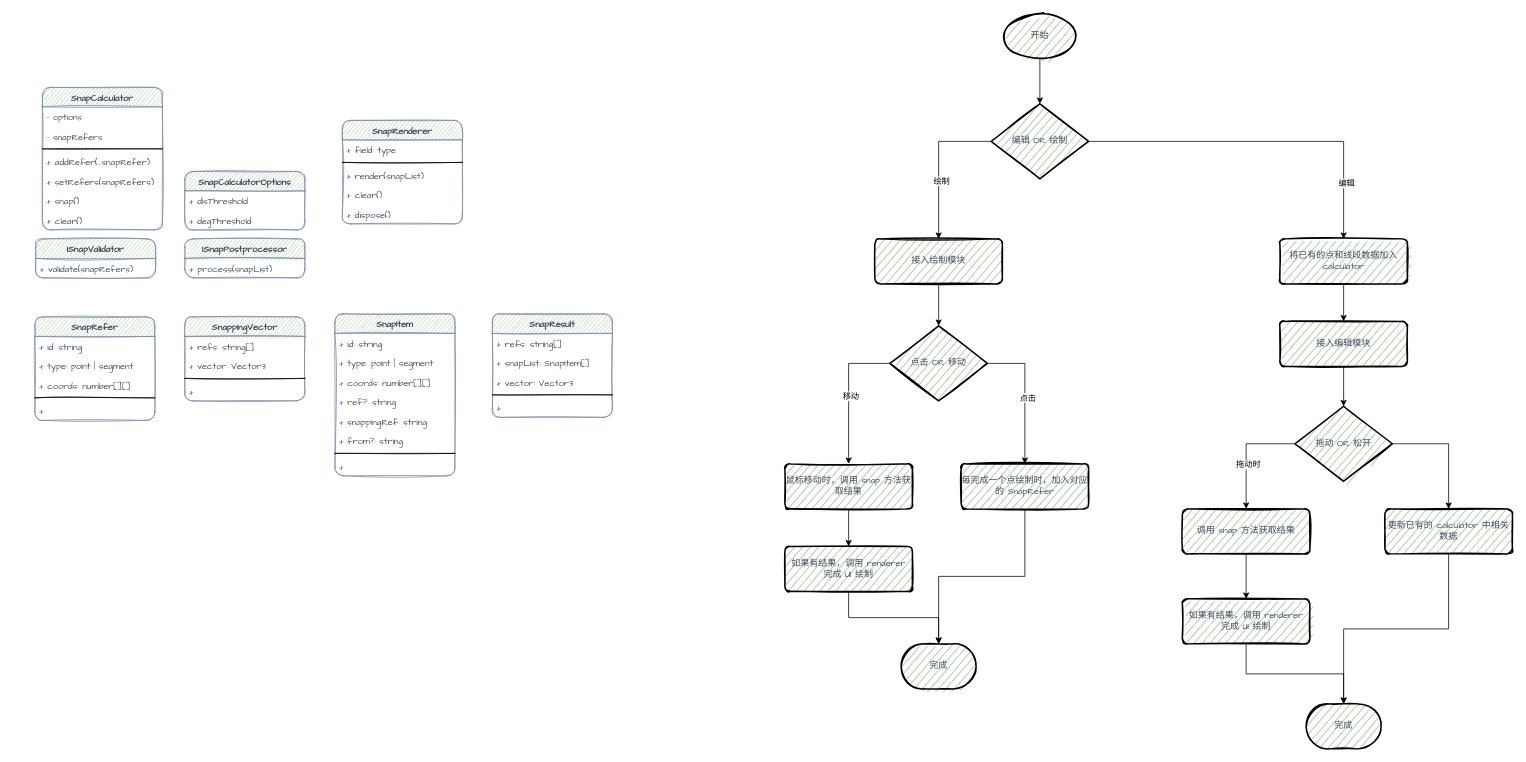
The draw.io diagram page "类图" (1 of 2) of snaper_design.drawio in liuxinqiong/drawio, before the edit. Source tidied: cells renumbered, new cells numbered last; positions are measured from the earlier drawing's top-left corner, leaving out a move shared by most shapes. Both pictures are drawn from the tidied source at 75%, with x=0, y=0 at pixel (34, 14).
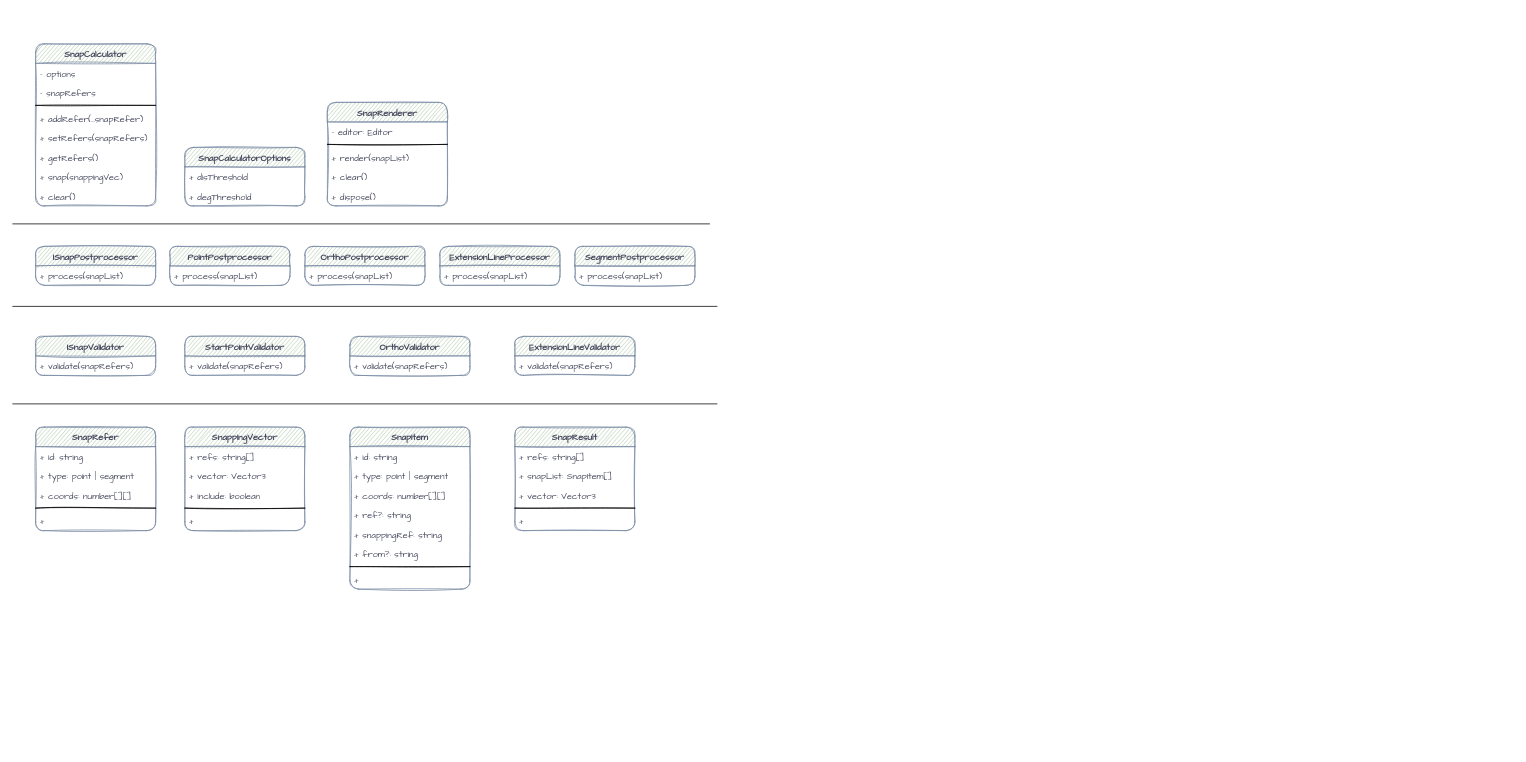
The same diagram, later.

The edit, as a diff of the source:
```diff
@@
     <mxCell id="2" value="SnapCalculator" style="swimlane;fontStyle=1;align=center;verticalAlign=top;horizontal=1;startSize=26;rounded=1;sketch=1;fontFamily=Comic Sans MS;fontColor=#46495D;strokeColor=#788AA3;fillColor=#B2C9AB;" parent="1" vertex="1">
-      <mxGeometry x="10" y="98" width="160" height="190" as="geometry" />
+      <mxGeometry x="1" y="40" width="160" height="216" as="geometry" />
     </mxCell>
@@
+    <mxCell id="85" value="+ getRefers()" style="text;strokeColor=none;fillColor=none;align=left;verticalAlign=top;spacingLeft=4;spacingRight=4;overflow=hidden;rounded=1;sketch=1;fontFamily=Comic Sans MS;fontColor=#46495D;" parent="2" vertex="1">
+      <mxGeometry y="138" width="160" height="26" as="geometry" />
+    </mxCell>
-    <mxCell id="8" value="+ snap()" style="text;strokeColor=none;fillColor=none;align=left;verticalAlign=top;spacingLeft=4;spacingRight=4;overflow=hidden;rounded=1;sketch=1;fontFamily=Comic Sans MS;fontColor=#46495D;" parent="2" vertex="1">
-      <mxGeometry y="138" width="160" height="26" as="geometry" />
+    <mxCell id="8" value="+ snap(snappingVec)" style="text;strokeColor=none;fillColor=none;align=left;verticalAlign=top;spacingLeft=4;spacingRight=4;overflow=hidden;rounded=1;sketch=1;fontFamily=Comic Sans MS;fontColor=#46495D;" parent="2" vertex="1">
+      <mxGeometry y="164" width="160" height="26" as="geometry" />
     </mxCell>
     <mxCell id="9" value="+ clear()" style="text;strokeColor=none;fillColor=none;align=left;verticalAlign=top;spacingLeft=4;spacingRight=4;overflow=hidden;rounded=1;sketch=1;fontFamily=Comic Sans MS;fontColor=#46495D;" parent="2" vertex="1">
-      <mxGeometry y="164" width="160" height="26" as="geometry" />
+      <mxGeometry y="190" width="160" height="26" as="geometry" />
     </mxCell>
     <mxCell id="10" value="SnapRenderer" style="swimlane;fontStyle=1;align=center;verticalAlign=top;horizontal=1;startSize=26;rounded=1;sketch=1;fontFamily=Comic Sans MS;fontColor=#46495D;strokeColor=#788AA3;fillColor=#B2C9AB;" parent="1" vertex="1">
-      <mxGeometry x="410" y="142" width="160" height="138" as="geometry" />
+      <mxGeometry x="390" y="118" width="160" height="138" as="geometry" />
     </mxCell>
-    <mxCell id="11" value="+ field: type" style="text;strokeColor=none;fillColor=none;align=left;verticalAlign=top;spacingLeft=4;spacingRight=4;overflow=hidden;rounded=1;sketch=1;fontFamily=Comic Sans MS;fontColor=#46495D;" parent="10" vertex="1">
+    <mxCell id="11" value="- editor: Editor" style="text;strokeColor=none;fillColor=none;align=left;verticalAlign=top;spacingLeft=4;spacingRight=4;overflow=hidden;rounded=1;sketch=1;fontFamily=Comic Sans MS;fontColor=#46495D;" parent="10" vertex="1">
       <mxGeometry y="26" width="160" height="26" as="geometry" />
     </mxCell>
@@
     <mxCell id="16" value="SnapRefer" style="swimlane;fontStyle=1;align=center;verticalAlign=top;horizontal=1;startSize=26;rounded=1;sketch=1;fontFamily=Comic Sans MS;fontColor=#46495D;strokeColor=#788AA3;fillColor=#B2C9AB;" parent="1" vertex="1">
-      <mxGeometry y="404" width="160" height="138" as="geometry" />
+      <mxGeometry x="1" y="551" width="160" height="138" as="geometry" />
     </mxCell>
@@
     <mxCell id="22" value="SnapResult" style="swimlane;fontStyle=1;align=center;verticalAlign=top;horizontal=1;startSize=26;rounded=1;sketch=1;fontFamily=Comic Sans MS;fontColor=#46495D;strokeColor=#788AA3;fillColor=#B2C9AB;" parent="1" vertex="1">
-      <mxGeometry x="610" y="400" width="160" height="138" as="geometry" />
+      <mxGeometry x="640" y="551" width="160" height="138" as="geometry" />
     </mxCell>
@@
     <mxCell id="28" value="SnapCalculatorOptions" style="swimlane;fontStyle=1;align=center;verticalAlign=top;horizontal=1;startSize=26;rounded=1;sketch=1;fontFamily=Comic Sans MS;fontColor=#46495D;strokeColor=#788AA3;fillColor=#B2C9AB;" parent="1" vertex="1">
-      <mxGeometry x="200" y="210" width="160" height="78" as="geometry" />
+      <mxGeometry x="200" y="178" width="160" height="78" as="geometry" />
     </mxCell>
@@
     <mxCell id="31" value="ISnapValidator" style="swimlane;fontStyle=1;align=center;verticalAlign=top;horizontal=1;startSize=26;rounded=1;sketch=1;fontFamily=Comic Sans MS;fontColor=#46495D;strokeColor=#788AA3;fillColor=#B2C9AB;" parent="1" vertex="1">
-      <mxGeometry x="1" y="300" width="160" height="52" as="geometry" />
+      <mxGeometry x="1" y="430" width="160" height="52" as="geometry" />
     </mxCell>
@@
-    <mxCell id="33" style="edgeStyle=orthogonalEdgeStyle;rounded=0;jettySize=auto;html=1;exitX=0.5;exitY=1;exitDx=0;exitDy=0;exitPerimeter=0;entryX=0.5;entryY=0;entryDx=0;entryDy=0;entryPerimeter=0;" parent="1" edge="1" source="34" target="41">
-      <mxGeometry relative="1" as="geometry" />
-    </mxCell>
-    <mxCell id="34" value="开始" style="strokeWidth=2;html=1;shape=mxgraph.flowchart.start_1;whiteSpace=wrap;rounded=1;sketch=1;fontFamily=Comic Sans MS;fontColor=#46495D;fillColor=#B2C9AB;" parent="1" vertex="1">
-      <mxGeometry x="1290" width="100" height="60" as="geometry" />
-    </mxCell>
-    <mxCell id="35" style="edgeStyle=orthogonalEdgeStyle;rounded=0;jettySize=auto;html=1;exitX=0.5;exitY=1;exitDx=0;exitDy=0;" parent="1" edge="1" source="36" target="57">
-      <mxGeometry relative="1" as="geometry" />
-    </mxCell>
-    <mxCell id="36" value="接入绘制模块" style="rounded=1;whiteSpace=wrap;html=1;absoluteArcSize=1;arcSize=14;strokeWidth=2;sketch=1;fontFamily=Comic Sans MS;fontColor=#46495D;fillColor=#B2C9AB;" parent="1" vertex="1">
-      <mxGeometry x="1120" y="300" width="170" height="60" as="geometry" />
-    </mxCell>
-    <mxCell id="37" style="edgeStyle=orthogonalEdgeStyle;rounded=0;jettySize=auto;html=1;exitX=0;exitY=0.5;exitDx=0;exitDy=0;exitPerimeter=0;" parent="1" edge="1" source="41" target="36">
-      <mxGeometry relative="1" as="geometry" />
-    </mxCell>
-    <mxCell id="38" value="绘制" style="edgeLabel;html=1;align=center;verticalAlign=middle;" parent="37" vertex="1">
-      <mxGeometry x="0.22" y="3" relative="1" as="geometry" />
-    </mxCell>
-    <mxCell id="39" style="edgeStyle=orthogonalEdgeStyle;rounded=0;jettySize=auto;html=1;exitX=1;exitY=0.5;exitDx=0;exitDy=0;exitPerimeter=0;entryX=0.5;entryY=0;entryDx=0;entryDy=0;" parent="1" edge="1" source="41" target="50">
-      <mxGeometry relative="1" as="geometry" />
-    </mxCell>
-    <mxCell id="40" value="编辑" style="edgeLabel;html=1;align=center;verticalAlign=middle;" parent="39" vertex="1">
-      <mxGeometry x="0.68" y="3" relative="1" as="geometry" />
-    </mxCell>
-    <mxCell id="41" value="编辑 OR 绘制" style="strokeWidth=2;html=1;shape=mxgraph.flowchart.decision;whiteSpace=wrap;rounded=1;sketch=1;fontFamily=Comic Sans MS;fontColor=#46495D;fillColor=#B2C9AB;" parent="1" vertex="1">
-      <mxGeometry x="1275" y="120" width="130" height="100" as="geometry" />
-    </mxCell>
-    <mxCell id="42" style="edgeStyle=orthogonalEdgeStyle;rounded=0;jettySize=auto;html=1;exitX=0.5;exitY=1;exitDx=0;exitDy=0;" parent="1" edge="1" source="43" target="48">
-      <mxGeometry relative="1" as="geometry" />
-    </mxCell>
-    <mxCell id="43" value="每完成一个点绘制时，加入对应的 SnapRefer" style="rounded=1;whiteSpace=wrap;html=1;absoluteArcSize=1;arcSize=14;strokeWidth=2;sketch=1;fontFamily=Comic Sans MS;fontColor=#46495D;fillColor=#B2C9AB;" parent="1" vertex="1">
-      <mxGeometry x="1235" y="600" width="170" height="60" as="geometry" />
-    </mxCell>
-    <mxCell id="44" style="edgeStyle=orthogonalEdgeStyle;rounded=0;jettySize=auto;html=1;exitX=0.5;exitY=1;exitDx=0;exitDy=0;entryX=0.5;entryY=0;entryDx=0;entryDy=0;" parent="1" edge="1" source="45" target="47">
-      <mxGeometry relative="1" as="geometry" />
-    </mxCell>
-    <mxCell id="45" value="鼠标移动时，调用 snap 方法获取结果" style="rounded=1;whiteSpace=wrap;html=1;absoluteArcSize=1;arcSize=14;strokeWidth=2;sketch=1;fontFamily=Comic Sans MS;fontColor=#46495D;fillColor=#B2C9AB;" parent="1" vertex="1">
-      <mxGeometry x="1000" y="600" width="170" height="60" as="geometry" />
-    </mxCell>
-    <mxCell id="46" style="edgeStyle=orthogonalEdgeStyle;rounded=0;jettySize=auto;html=1;exitX=0.5;exitY=1;exitDx=0;exitDy=0;entryX=0.5;entryY=0;entryDx=0;entryDy=0;entryPerimeter=0;" parent="1" edge="1" source="47" target="48">
-      <mxGeometry relative="1" as="geometry" />
-    </mxCell>
-    <mxCell id="47" value="如果有结果，调用 renderer 完成 UI 绘制" style="rounded=1;whiteSpace=wrap;html=1;absoluteArcSize=1;arcSize=14;strokeWidth=2;sketch=1;fontFamily=Comic Sans MS;fontColor=#46495D;fillColor=#B2C9AB;" parent="1" vertex="1">
-      <mxGeometry x="1000" y="710" width="170" height="60" as="geometry" />
-    </mxCell>
-    <mxCell id="48" value="完成" style="strokeWidth=2;html=1;shape=mxgraph.flowchart.terminator;whiteSpace=wrap;rounded=1;sketch=1;fontFamily=Comic Sans MS;fontColor=#46495D;fillColor=#B2C9AB;" parent="1" vertex="1">
-      <mxGeometry x="1155" y="840" width="100" height="60" as="geometry" />
-    </mxCell>
-    <mxCell id="49" style="edgeStyle=orthogonalEdgeStyle;rounded=0;jettySize=auto;html=1;exitX=0.5;exitY=1;exitDx=0;exitDy=0;entryX=0.5;entryY=0;entryDx=0;entryDy=0;" parent="1" edge="1" source="50" target="52">
-      <mxGeometry relative="1" as="geometry" />
-    </mxCell>
-    <mxCell id="50" value="将已有的点和线段数据加入 calculator" style="rounded=1;whiteSpace=wrap;html=1;absoluteArcSize=1;arcSize=14;strokeWidth=2;sketch=1;fontFamily=Comic Sans MS;fontColor=#46495D;fillColor=#B2C9AB;" parent="1" vertex="1">
-      <mxGeometry x="1660" y="300" width="170" height="60" as="geometry" />
-    </mxCell>
-    <mxCell id="51" style="edgeStyle=orthogonalEdgeStyle;rounded=0;jettySize=auto;html=1;exitX=0.5;exitY=1;exitDx=0;exitDy=0;entryX=0.5;entryY=0;entryDx=0;entryDy=0;entryPerimeter=0;" parent="1" edge="1" source="52" target="61">
-      <mxGeometry relative="1" as="geometry" />
-    </mxCell>
-    <mxCell id="52" value="接入编辑模块" style="rounded=1;whiteSpace=wrap;html=1;absoluteArcSize=1;arcSize=14;strokeWidth=2;sketch=1;fontFamily=Comic Sans MS;fontColor=#46495D;fillColor=#B2C9AB;" parent="1" vertex="1">
-      <mxGeometry x="1660" y="410" width="170" height="60" as="geometry" />
-    </mxCell>
-    <mxCell id="53" style="edgeStyle=orthogonalEdgeStyle;rounded=0;jettySize=auto;html=1;exitX=1;exitY=0.5;exitDx=0;exitDy=0;exitPerimeter=0;entryX=0.5;entryY=0;entryDx=0;entryDy=0;" parent="1" edge="1" source="57" target="43">
-      <mxGeometry relative="1" as="geometry" />
-    </mxCell>
-    <mxCell id="54" value="点击" style="edgeLabel;html=1;align=center;verticalAlign=middle;" parent="53" vertex="1">
-      <mxGeometry x="0.03" y="3" relative="1" as="geometry" />
-    </mxCell>
-    <mxCell id="55" style="edgeStyle=orthogonalEdgeStyle;rounded=0;jettySize=auto;html=1;exitX=0;exitY=0.5;exitDx=0;exitDy=0;exitPerimeter=0;entryX=0.5;entryY=0;entryDx=0;entryDy=0;" parent="1" edge="1" source="57" target="45">
-      <mxGeometry relative="1" as="geometry" />
-    </mxCell>
-    <mxCell id="56" value="移动" style="edgeLabel;html=1;align=center;verticalAlign=middle;" parent="55" vertex="1">
-      <mxGeometry x="0.04" y="2" relative="1" as="geometry" />
-    </mxCell>
-    <mxCell id="57" value="点击 OR 移动" style="strokeWidth=2;html=1;shape=mxgraph.flowchart.decision;whiteSpace=wrap;rounded=1;sketch=1;fontFamily=Comic Sans MS;fontColor=#46495D;fillColor=#B2C9AB;" parent="1" vertex="1">
-      <mxGeometry x="1140" y="416" width="130" height="100" as="geometry" />
-    </mxCell>
-    <mxCell id="58" style="edgeStyle=orthogonalEdgeStyle;rounded=0;jettySize=auto;html=1;exitX=0;exitY=0.5;exitDx=0;exitDy=0;exitPerimeter=0;entryX=0.5;entryY=0;entryDx=0;entryDy=0;" parent="1" edge="1" source="61" target="63">
-      <mxGeometry relative="1" as="geometry" />
-    </mxCell>
-    <mxCell id="59" value="拖动时" style="edgeLabel;html=1;align=center;verticalAlign=middle;" parent="58" vertex="1">
-      <mxGeometry x="0.22" y="2" relative="1" as="geometry">
-        <mxPoint y="-1" as="offset" />
-      </mxGeometry>
-    </mxCell>
-    <mxCell id="60" style="edgeStyle=orthogonalEdgeStyle;rounded=0;jettySize=auto;html=1;exitX=1;exitY=0.5;exitDx=0;exitDy=0;exitPerimeter=0;entryX=0.5;entryY=0;entryDx=0;entryDy=0;" parent="1" edge="1" source="61" target="65">
-      <mxGeometry relative="1" as="geometry" />
-    </mxCell>
-    <mxCell id="61" value="拖动 OR 松开" style="strokeWidth=2;html=1;shape=mxgraph.flowchart.decision;whiteSpace=wrap;rounded=1;sketch=1;fontFamily=Comic Sans MS;fontColor=#46495D;fillColor=#B2C9AB;" parent="1" vertex="1">
-      <mxGeometry x="1680" y="523.2" width="130" height="100" as="geometry" />
-    </mxCell>
-    <mxCell id="62" style="edgeStyle=orthogonalEdgeStyle;rounded=0;jettySize=auto;html=1;exitX=0.5;exitY=1;exitDx=0;exitDy=0;entryX=0.5;entryY=0;entryDx=0;entryDy=0;" parent="1" edge="1" source="63" target="67">
-      <mxGeometry relative="1" as="geometry" />
-    </mxCell>
-    <mxCell id="63" value="调用 snap 方法获取结果" style="rounded=1;whiteSpace=wrap;html=1;absoluteArcSize=1;arcSize=14;strokeWidth=2;sketch=1;fontFamily=Comic Sans MS;fontColor=#46495D;fillColor=#B2C9AB;" parent="1" vertex="1">
-      <mxGeometry x="1530" y="660" width="170" height="60" as="geometry" />
-    </mxCell>
-    <mxCell id="64" style="edgeStyle=orthogonalEdgeStyle;rounded=0;jettySize=auto;html=1;exitX=0.5;exitY=1;exitDx=0;exitDy=0;entryX=0.5;entryY=0;entryDx=0;entryDy=0;entryPerimeter=0;" parent="1" edge="1" source="65" target="68">
-      <mxGeometry relative="1" as="geometry" />
-    </mxCell>
-    <mxCell id="65" value="更新已有的 calculator 中相关数据" style="rounded=1;whiteSpace=wrap;html=1;absoluteArcSize=1;arcSize=14;strokeWidth=2;sketch=1;fontFamily=Comic Sans MS;fontColor=#46495D;fillColor=#B2C9AB;" parent="1" vertex="1">
-      <mxGeometry x="1800" y="660" width="170" height="60" as="geometry" />
-    </mxCell>
-    <mxCell id="66" style="edgeStyle=orthogonalEdgeStyle;rounded=0;jettySize=auto;html=1;exitX=0.5;exitY=1;exitDx=0;exitDy=0;entryX=0.5;entryY=0;entryDx=0;entryDy=0;entryPerimeter=0;" parent="1" edge="1" source="67" target="68">
-      <mxGeometry relative="1" as="geometry" />
-    </mxCell>
-    <mxCell id="67" value="如果有结果，调用 renderer 完成 UI 绘制" style="rounded=1;whiteSpace=wrap;html=1;absoluteArcSize=1;arcSize=14;strokeWidth=2;sketch=1;fontFamily=Comic Sans MS;fontColor=#46495D;fillColor=#B2C9AB;" parent="1" vertex="1">
-      <mxGeometry x="1530" y="780" width="170" height="60" as="geometry" />
-    </mxCell>
-    <mxCell id="68" value="完成" style="strokeWidth=2;html=1;shape=mxgraph.flowchart.terminator;whiteSpace=wrap;rounded=1;sketch=1;fontFamily=Comic Sans MS;fontColor=#46495D;fillColor=#B2C9AB;" parent="1" vertex="1">
-      <mxGeometry x="1695" y="920" width="100" height="60" as="geometry" />
-    </mxCell>
     <mxCell id="69" value="SnapItem" style="swimlane;fontStyle=1;align=center;verticalAlign=top;horizontal=1;startSize=26;rounded=1;sketch=1;fontFamily=Comic Sans MS;fontColor=#46495D;strokeColor=#788AA3;fillColor=#B2C9AB;" parent="1" vertex="1">
-      <mxGeometry x="400" y="400" width="160" height="216" as="geometry" />
+      <mxGeometry x="420" y="551" width="160" height="216" as="geometry" />
     </mxCell>
@@
     <mxCell id="78" value="SnappingVector" style="swimlane;fontStyle=1;align=center;verticalAlign=top;horizontal=1;startSize=26;rounded=1;sketch=1;fontFamily=Comic Sans MS;fontColor=#46495D;strokeColor=#788AA3;fillColor=#B2C9AB;" parent="1" vertex="1">
-      <mxGeometry x="200" y="404" width="160" height="112" as="geometry" />
+      <mxGeometry x="200" y="551" width="160" height="138" as="geometry" />
     </mxCell>
@@
+    <mxCell id="86" value="+ include: boolean" style="text;strokeColor=none;fillColor=none;align=left;verticalAlign=top;spacingLeft=4;spacingRight=4;overflow=hidden;rounded=1;sketch=1;fontFamily=Comic Sans MS;fontColor=#46495D;" parent="78" vertex="1">
+      <mxGeometry y="78" width="160" height="26" as="geometry" />
+    </mxCell>
     <mxCell id="81" style="line;strokeWidth=1;fillColor=none;align=left;verticalAlign=middle;spacingTop=-1;spacingLeft=3;spacingRight=3;labelPosition=right;rounded=1;sketch=1;fontFamily=Comic Sans MS;fontColor=#46495D;" parent="78" vertex="1">
-      <mxGeometry y="78" width="160" height="8" as="geometry" />
+      <mxGeometry y="104" width="160" height="8" as="geometry" />
     </mxCell>
     <mxCell id="82" value="+ " style="text;strokeColor=none;fillColor=none;align=left;verticalAlign=top;spacingLeft=4;spacingRight=4;overflow=hidden;rounded=1;sketch=1;fontFamily=Comic Sans MS;fontColor=#46495D;" parent="78" vertex="1">
-      <mxGeometry y="86" width="160" height="26" as="geometry" />
+      <mxGeometry y="112" width="160" height="26" as="geometry" />
     </mxCell>
     <mxCell id="83" value="ISnapPostprocessor" style="swimlane;fontStyle=1;align=center;verticalAlign=top;horizontal=1;startSize=26;rounded=1;sketch=1;fontFamily=Comic Sans MS;fontColor=#46495D;strokeColor=#788AA3;fillColor=#B2C9AB;" parent="1" vertex="1">
-      <mxGeometry x="200" y="300" width="160" height="52" as="geometry" />
+      <mxGeometry x="1" y="310" width="160" height="52" as="geometry" />
     </mxCell>
@@
+    <mxCell id="87" style="endArrow=none;html=1;rounded=0;" parent="1" edge="1">
+      <mxGeometry relative="1" as="geometry">
+        <mxPoint x="-30" y="520" as="sourcePoint" />
+        <mxPoint x="910" y="520" as="targetPoint" />
+      </mxGeometry>
+    </mxCell>
+    <mxCell id="88" value="StartPointValidator" style="swimlane;fontStyle=1;align=center;verticalAlign=top;horizontal=1;startSize=26;rounded=1;sketch=1;fontFamily=Comic Sans MS;fontColor=#46495D;strokeColor=#788AA3;fillColor=#B2C9AB;" parent="1" vertex="1">
+      <mxGeometry x="200" y="430" width="160" height="52" as="geometry" />
+    </mxCell>
+    <mxCell id="89" value="+ validate(snapRefers)" style="text;strokeColor=none;fillColor=none;align=left;verticalAlign=top;spacingLeft=4;spacingRight=4;overflow=hidden;rounded=1;sketch=1;fontFamily=Comic Sans MS;fontColor=#46495D;" parent="88" vertex="1">
+      <mxGeometry y="26" width="160" height="26" as="geometry" />
+    </mxCell>
+    <mxCell id="90" value="OrthoValidator" style="swimlane;fontStyle=1;align=center;verticalAlign=top;horizontal=1;startSize=26;rounded=1;sketch=1;fontFamily=Comic Sans MS;fontColor=#46495D;strokeColor=#788AA3;fillColor=#B2C9AB;" parent="1" vertex="1">
+      <mxGeometry x="420" y="430" width="160" height="52" as="geometry" />
+    </mxCell>
+    <mxCell id="91" value="+ validate(snapRefers)" style="text;strokeColor=none;fillColor=none;align=left;verticalAlign=top;spacingLeft=4;spacingRight=4;overflow=hidden;rounded=1;sketch=1;fontFamily=Comic Sans MS;fontColor=#46495D;" parent="90" vertex="1">
+      <mxGeometry y="26" width="160" height="26" as="geometry" />
+    </mxCell>
+    <mxCell id="92" value="ExtensionLineValidator" style="swimlane;fontStyle=1;align=center;verticalAlign=top;horizontal=1;startSize=26;rounded=1;sketch=1;fontFamily=Comic Sans MS;fontColor=#46495D;strokeColor=#788AA3;fillColor=#B2C9AB;" parent="1" vertex="1">
+      <mxGeometry x="640" y="430" width="160" height="52" as="geometry" />
+    </mxCell>
+    <mxCell id="93" value="+ validate(snapRefers)" style="text;strokeColor=none;fillColor=none;align=left;verticalAlign=top;spacingLeft=4;spacingRight=4;overflow=hidden;rounded=1;sketch=1;fontFamily=Comic Sans MS;fontColor=#46495D;" parent="92" vertex="1">
+      <mxGeometry y="26" width="160" height="26" as="geometry" />
+    </mxCell>
+    <mxCell id="94" style="endArrow=none;html=1;rounded=0;" parent="1" edge="1">
+      <mxGeometry relative="1" as="geometry">
+        <mxPoint x="-30" y="390" as="sourcePoint" />
+        <mxPoint x="910" y="390" as="targetPoint" />
+      </mxGeometry>
+    </mxCell>
+    <mxCell id="95" value="PointPostprocessor" style="swimlane;fontStyle=1;align=center;verticalAlign=top;horizontal=1;startSize=26;rounded=1;sketch=1;fontFamily=Comic Sans MS;fontColor=#46495D;strokeColor=#788AA3;fillColor=#B2C9AB;" parent="1" vertex="1">
+      <mxGeometry x="180" y="310" width="160" height="52" as="geometry" />
+    </mxCell>
+    <mxCell id="96" value="+ process(snapList)" style="text;strokeColor=none;fillColor=none;align=left;verticalAlign=top;spacingLeft=4;spacingRight=4;overflow=hidden;rounded=1;sketch=1;fontFamily=Comic Sans MS;fontColor=#46495D;" parent="95" vertex="1">
+      <mxGeometry y="26" width="160" height="26" as="geometry" />
+    </mxCell>
+    <mxCell id="97" value="OrthoPostprocessor" style="swimlane;fontStyle=1;align=center;verticalAlign=top;horizontal=1;startSize=26;rounded=1;sketch=1;fontFamily=Comic Sans MS;fontColor=#46495D;strokeColor=#788AA3;fillColor=#B2C9AB;" parent="1" vertex="1">
+      <mxGeometry x="360" y="310" width="160" height="52" as="geometry" />
+    </mxCell>
+    <mxCell id="98" value="+ process(snapList)" style="text;strokeColor=none;fillColor=none;align=left;verticalAlign=top;spacingLeft=4;spacingRight=4;overflow=hidden;rounded=1;sketch=1;fontFamily=Comic Sans MS;fontColor=#46495D;" parent="97" vertex="1">
+      <mxGeometry y="26" width="160" height="26" as="geometry" />
+    </mxCell>
+    <mxCell id="99" value="ExtensionLineProcessor" style="swimlane;fontStyle=1;align=center;verticalAlign=top;horizontal=1;startSize=26;rounded=1;sketch=1;fontFamily=Comic Sans MS;fontColor=#46495D;strokeColor=#788AA3;fillColor=#B2C9AB;" parent="1" vertex="1">
+      <mxGeometry x="540" y="310" width="160" height="52" as="geometry" />
+    </mxCell>
+    <mxCell id="100" value="+ process(snapList)" style="text;strokeColor=none;fillColor=none;align=left;verticalAlign=top;spacingLeft=4;spacingRight=4;overflow=hidden;rounded=1;sketch=1;fontFamily=Comic Sans MS;fontColor=#46495D;" parent="99" vertex="1">
+      <mxGeometry y="26" width="160" height="26" as="geometry" />
+    </mxCell>
+    <mxCell id="101" value="SegmentPostprocessor" style="swimlane;fontStyle=1;align=center;verticalAlign=top;horizontal=1;startSize=26;rounded=1;sketch=1;fontFamily=Comic Sans MS;fontColor=#46495D;strokeColor=#788AA3;fillColor=#B2C9AB;" parent="1" vertex="1">
+      <mxGeometry x="720" y="310" width="160" height="52" as="geometry" />
+    </mxCell>
+    <mxCell id="102" value="+ process(snapList)" style="text;strokeColor=none;fillColor=none;align=left;verticalAlign=top;spacingLeft=4;spacingRight=4;overflow=hidden;rounded=1;sketch=1;fontFamily=Comic Sans MS;fontColor=#46495D;" parent="101" vertex="1">
+      <mxGeometry y="26" width="160" height="26" as="geometry" />
+    </mxCell>
+    <mxCell id="103" style="endArrow=none;html=1;rounded=0;" parent="1" edge="1">
+      <mxGeometry relative="1" as="geometry">
+        <mxPoint x="-30" y="280" as="sourcePoint" />
+        <mxPoint x="900" y="280" as="targetPoint" />
+      </mxGeometry>
+    </mxCell>
```
